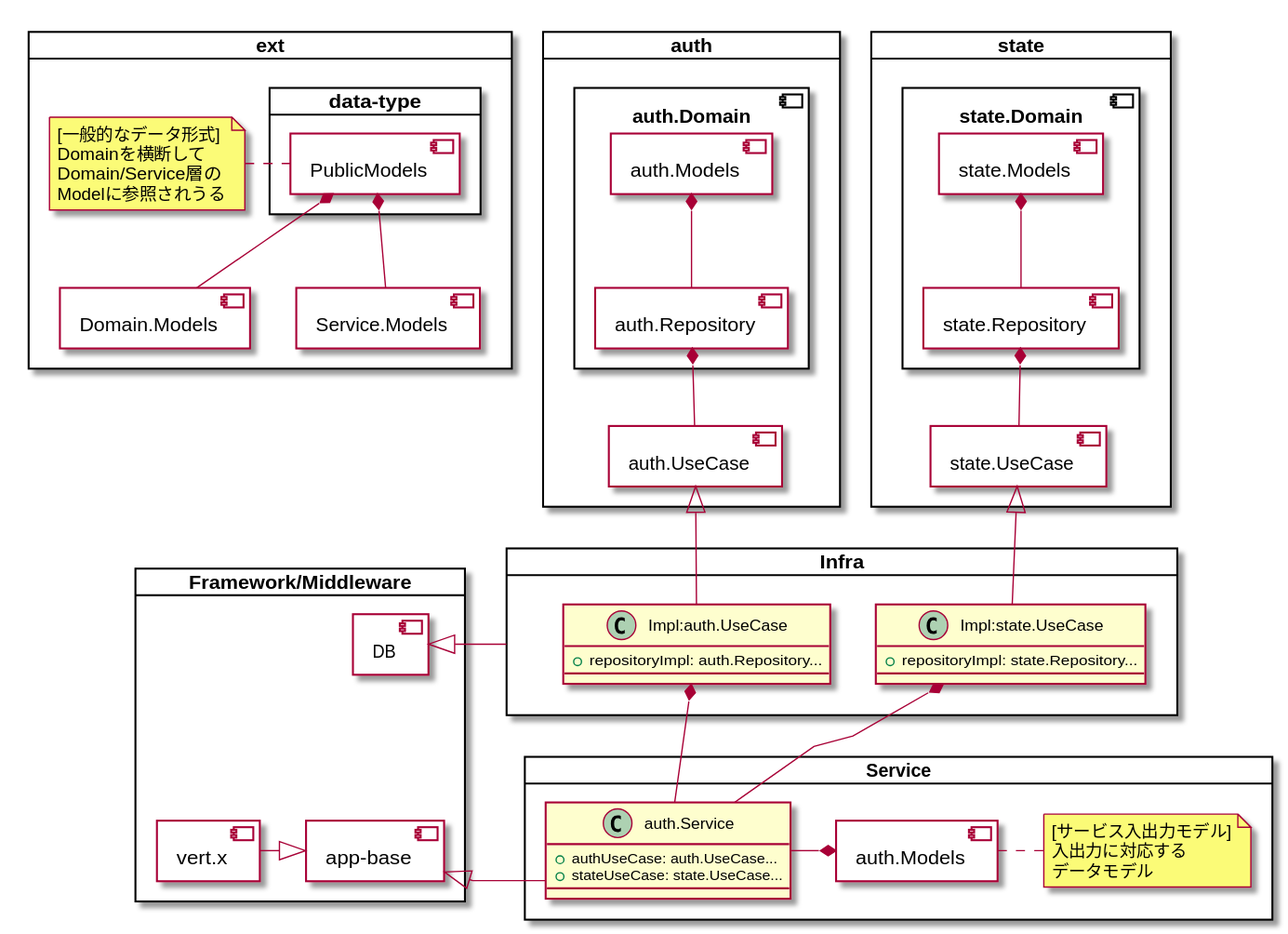
Above: docs/generated/arch.svg in aya-eiya/gradle-vertx-sample (PlantUML), before the change. Its source is kept beside it as docs/uml/part/arch.puml.
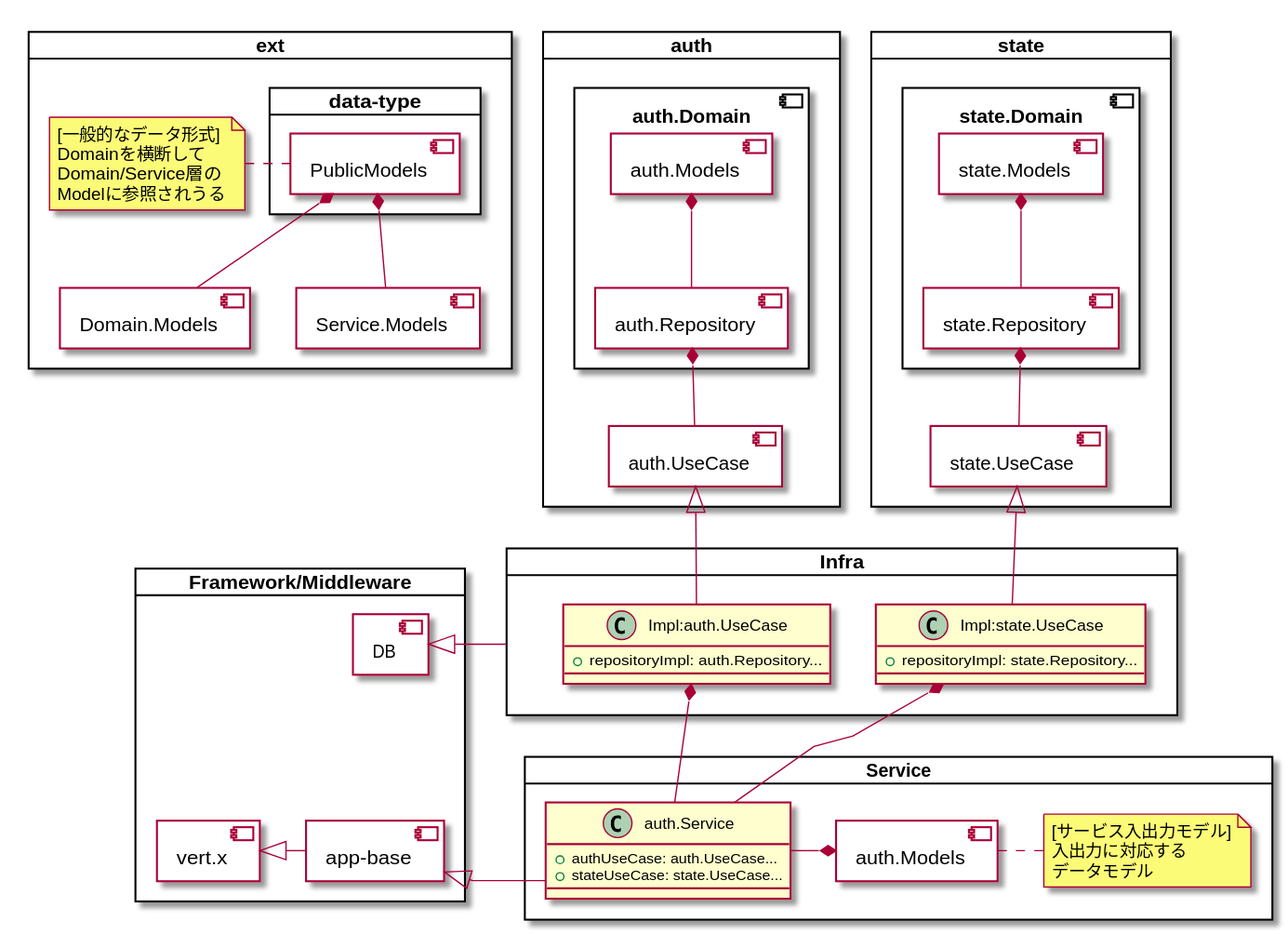
After the change.

What changed in the source:
```diff
@@ -12,7 +12,7 @@
   }
 
   fw.db -[hidden]- fw.appBase
-  fw.vertx -left-|> fw.appBase
+  fw.vertx <|-left- fw.appBase
 }
 
 card "ext" {
```
